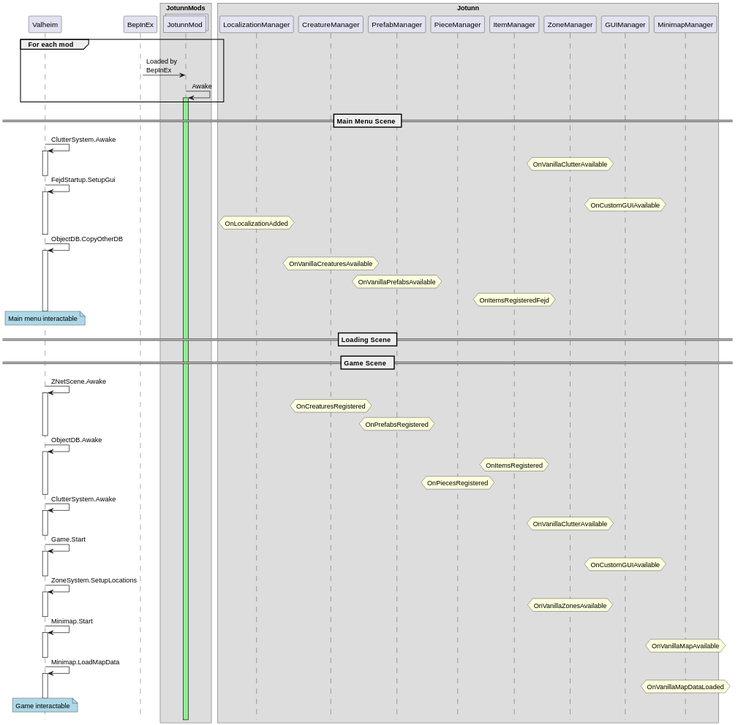
This is JotunnLib/Documentation/images/data/eventFlow.svg from Valheim-Modding/Jotunn, a PlantUML export, as it was before one commit.
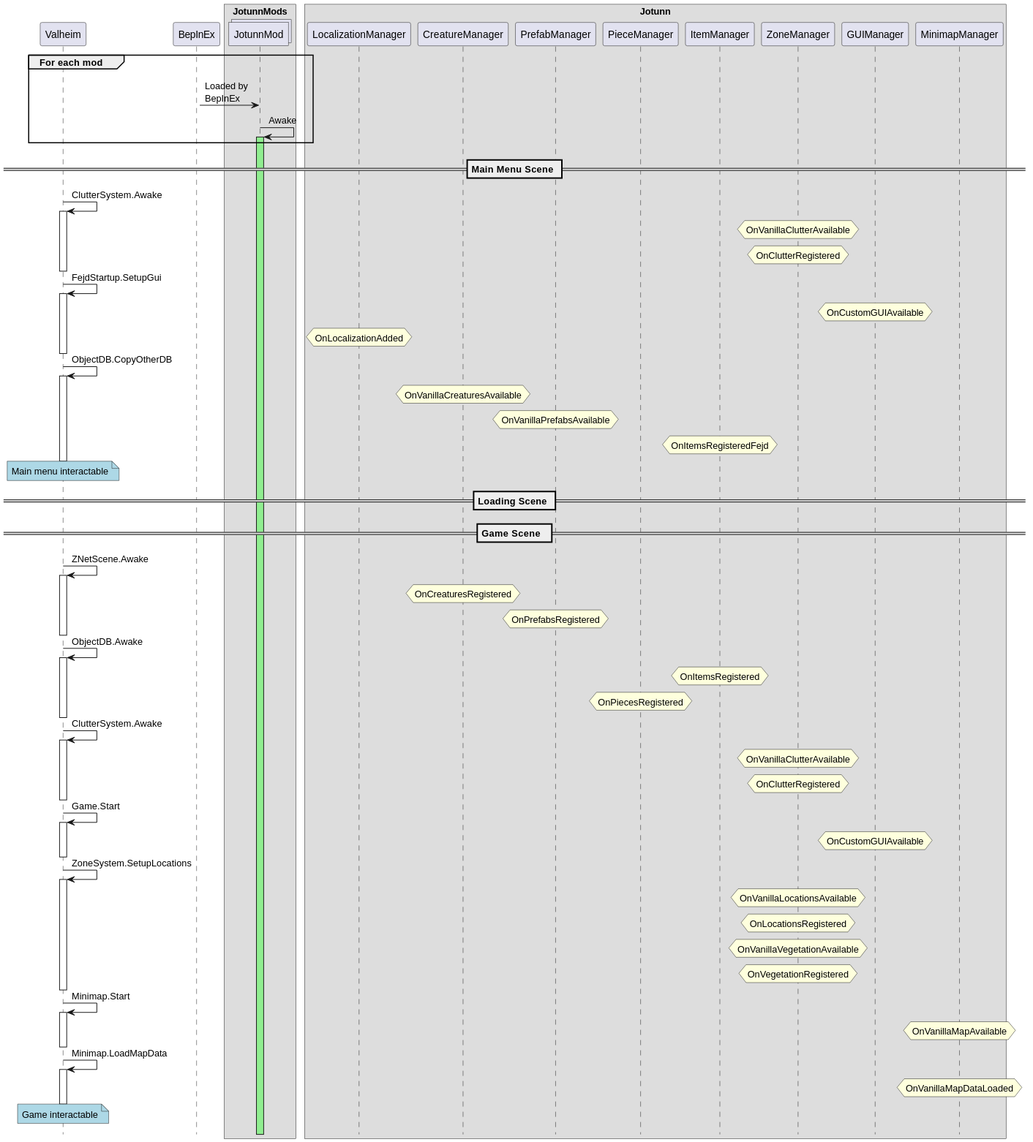
After the change.

Diff of the diagram source:
```diff
@@ -29,6 +29,7 @@
 
 Valheim -> Valheim++: ClutterSystem.Awake
     hnote over ZoneManager: OnVanillaClutterAvailable
+    hnote over ZoneManager: OnClutterRegistered
 deactivate Valheim
 
 Valheim -> Valheim++: FejdStartup.SetupGui
@@ -59,6 +60,7 @@
 
 Valheim -> Valheim++: ClutterSystem.Awake
     hnote over ZoneManager: OnVanillaClutterAvailable
+    hnote over ZoneManager: OnClutterRegistered
 deactivate Valheim
 
 Valheim -> Valheim++: Game.Start
@@ -66,7 +68,10 @@
 deactivate Valheim
 
 Valheim -> Valheim++: ZoneSystem.SetupLocations
-    hnote over ZoneManager: OnVanillaZonesAvailable
+    hnote over ZoneManager: OnVanillaLocationsAvailable
+    hnote over ZoneManager: OnLocationsRegistered
+    hnote over ZoneManager: OnVanillaVegetationAvailable
+    hnote over ZoneManager: OnVegetationRegistered
 deactivate Valheim
 
 Valheim -> Valheim++: Minimap.Start
@@ -77,6 +82,6 @@
     hnote over MinimapManager: OnVanillaMapDataLoaded
 deactivate Valheim
 
+
 note over Valheim #lightblue: Game interactable
-
 @enduml
```
